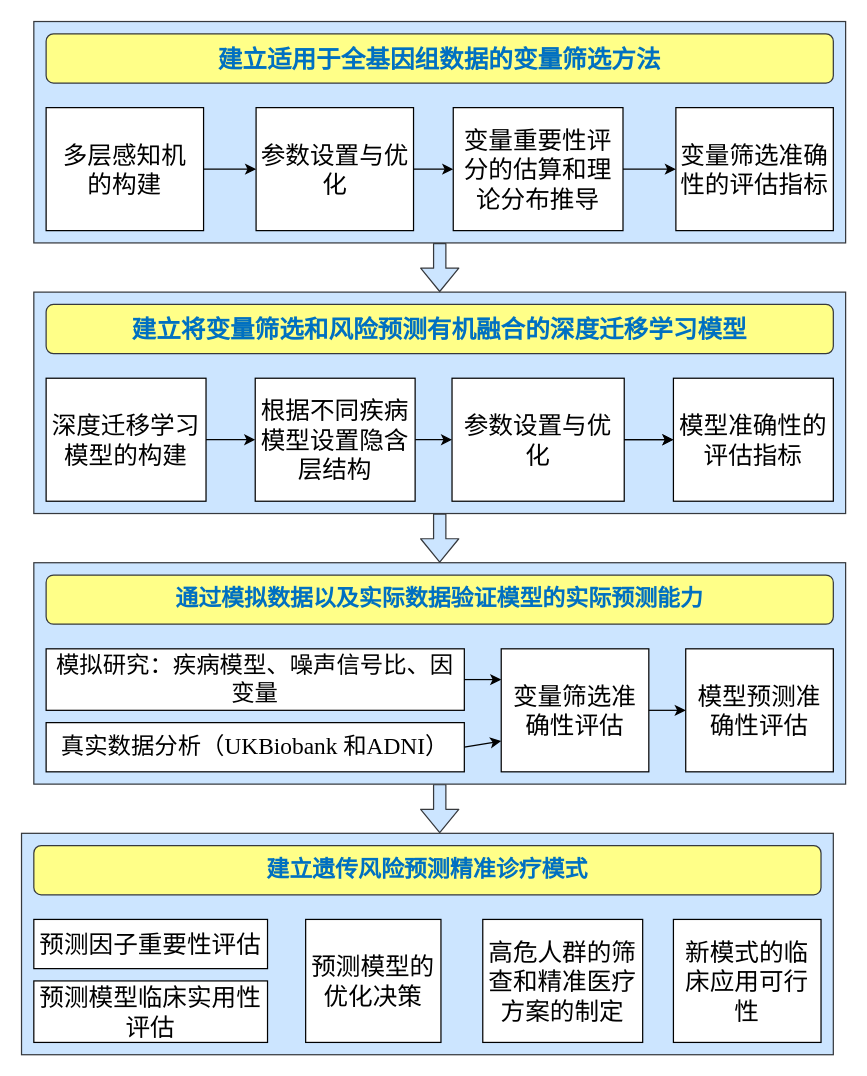
Earlier version of the draw.io diagram pathnew.drawio (YaluWen/try). Source tidied: cells renumbered, new cells numbered last; positions are measured from the earlier drawing's top-left corner, leaving out a move shared by most shapes. Both pictures are drawn from the tidied source at 123%, with x=0, y=0 at pixel (21, 21).
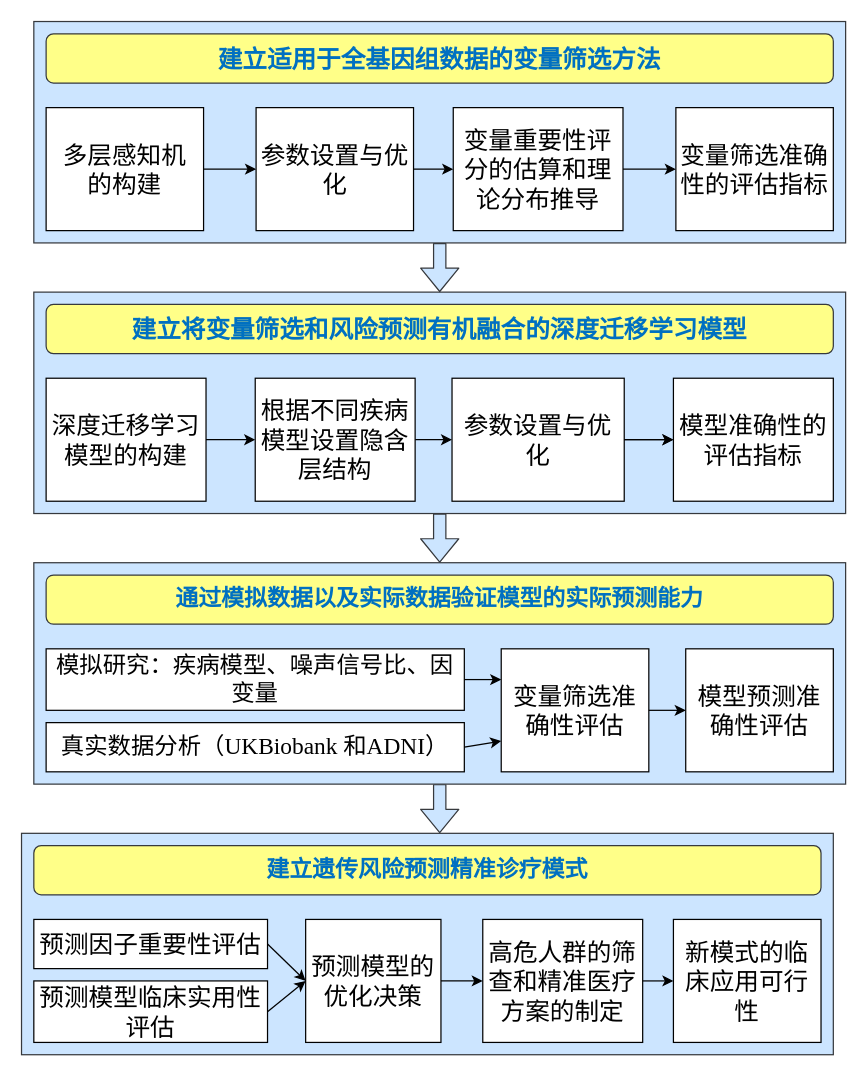
Above is the later version.

Unchanged cells that the change refers to:
```xml
<mxCell id="36" style="group;" parent="1" vertex="1">
  <mxGeometry y="660" width="660" height="180" as="geometry" />
</mxCell>
<mxCell id="39" value="&lt;font style=&quot;font-size: 20px&quot;&gt;预测因子重要性评估&lt;/font&gt;" style="rounded=0;whiteSpace=wrap;html=1;" parent="36" vertex="1">
  <mxGeometry x="10" y="70" width="190" height="40" as="geometry" />
</mxCell>
<mxCell id="40" value="&lt;font style=&quot;font-size: 20px&quot;&gt;预测模型临床实用性评估&lt;/font&gt;" style="rounded=0;whiteSpace=wrap;html=1;" parent="36" vertex="1">
  <mxGeometry x="10" y="120" width="190" height="50" as="geometry" />
</mxCell>
<mxCell id="41" value="&lt;font style=&quot;font-size: 20px&quot;&gt;预测模型的优化决策&lt;/font&gt;" style="rounded=0;whiteSpace=wrap;html=1;" parent="36" vertex="1">
  <mxGeometry x="231" y="70" width="110" height="100" as="geometry" />
</mxCell>
<mxCell id="42" value="&lt;font style=&quot;font-size: 20px&quot;&gt;高危人群的筛查和精准医疗方案的制定&lt;/font&gt;" style="whiteSpace=wrap;html=1;rounded=0;" parent="36" vertex="1">
  <mxGeometry x="375" y="70" width="130" height="100" as="geometry" />
</mxCell>
<mxCell id="43" value="&lt;font style=&quot;font-size: 20px&quot;&gt;新模式的临床应用可行性&lt;/font&gt;" style="whiteSpace=wrap;html=1;rounded=0;" parent="36" vertex="1">
  <mxGeometry x="530" y="70" width="120" height="100" as="geometry" />
</mxCell>
```

What changed in the source:
```diff
@@
+    <mxCell id="45" style="endArrow=classic;html=1;exitX=1;exitY=0.5;exitDx=0;exitDy=0;entryX=0;entryY=0.5;entryDx=0;entryDy=0;" parent="36" edge="1" source="39" target="41">
+      <mxGeometry relative="1" as="geometry" />
+    </mxCell>
+    <mxCell id="46" style="endArrow=classic;html=1;exitX=1;exitY=0.5;exitDx=0;exitDy=0;entryX=0;entryY=0.5;entryDx=0;entryDy=0;" parent="36" edge="1" source="40" target="41">
+      <mxGeometry relative="1" as="geometry" />
+    </mxCell>
+    <mxCell id="47" style="endArrow=classic;html=1;exitX=1;exitY=0.5;exitDx=0;exitDy=0;entryX=0;entryY=0.5;entryDx=0;entryDy=0;" parent="36" edge="1" source="41" target="42">
+      <mxGeometry relative="1" as="geometry" />
+    </mxCell>
+    <mxCell id="48" style="endArrow=classic;html=1;exitX=1;exitY=0.5;exitDx=0;exitDy=0;entryX=0;entryY=0.5;entryDx=0;entryDy=0;" parent="36" edge="1" source="42" target="43">
+      <mxGeometry relative="1" as="geometry" />
+    </mxCell>
```
